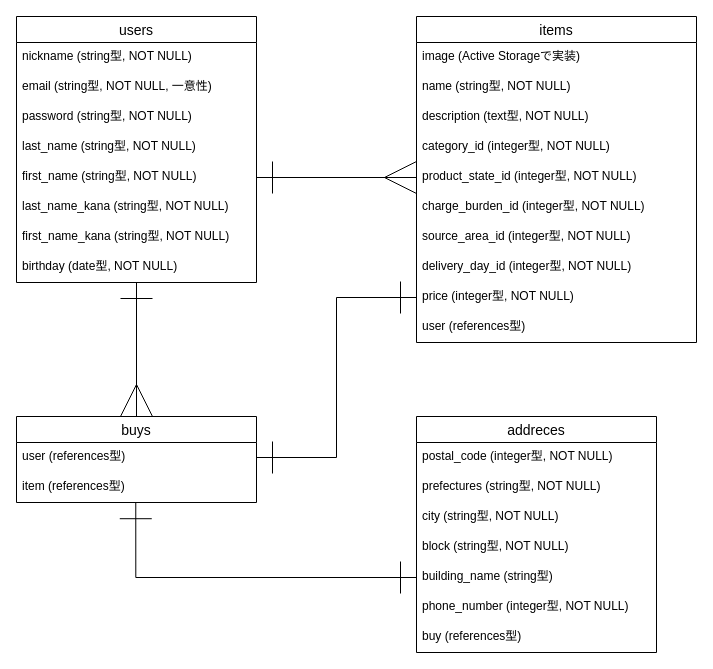
The draw.io diagram ER.dio in tsuyoponta/furima-32375, before the edit. Source tidied: cells renumbered, new cells numbered last; positions are measured from the earlier drawing's top-left corner, leaving out a move shared by most shapes. Both pictures are drawn from the tidied source at 100%, with x=0, y=0 at pixel (16, 16).
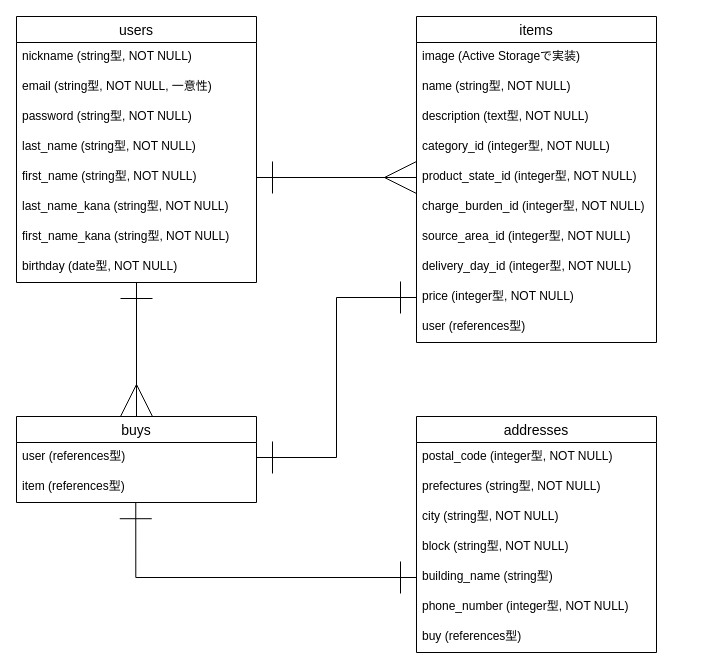
After the change.

The edit, as a diff of the source:
```diff
@@
     <mxCell id="12" value="items" style="swimlane;fontStyle=0;horizontal=1;startSize=26;align=center;fontSize=14;" parent="1" vertex="1">
-      <mxGeometry x="400" width="280" height="326" as="geometry" />
+      <mxGeometry x="400" width="240" height="326" as="geometry" />
     </mxCell>
     <mxCell id="13" value="image (Active Storageで実装)" style="text;strokeColor=none;fillColor=none;spacingLeft=4;spacingRight=4;overflow=hidden;fontSize=12;" parent="12" vertex="1">
-      <mxGeometry y="26" width="280" height="30" as="geometry" />
+      <mxGeometry y="26" width="240" height="30" as="geometry" />
     </mxCell>
     <mxCell id="14" value="name (string型, NOT NULL)" style="text;strokeColor=none;fillColor=none;spacingLeft=4;spacingRight=4;overflow=hidden;fontSize=12;" parent="12" vertex="1">
-      <mxGeometry y="56" width="280" height="30" as="geometry" />
+      <mxGeometry y="56" width="240" height="30" as="geometry" />
     </mxCell>
     <mxCell id="15" value="description (text型, NOT NULL)" style="text;strokeColor=none;fillColor=none;spacingLeft=4;spacingRight=4;overflow=hidden;fontSize=12;" parent="12" vertex="1">
-      <mxGeometry y="86" width="280" height="30" as="geometry" />
+      <mxGeometry y="86" width="240" height="30" as="geometry" />
     </mxCell>
     <mxCell id="16" value="category_id (integer型, NOT NULL)" style="text;strokeColor=none;fillColor=none;spacingLeft=4;spacingRight=4;overflow=hidden;fontSize=12;" parent="12" vertex="1">
-      <mxGeometry y="116" width="280" height="30" as="geometry" />
+      <mxGeometry y="116" width="240" height="30" as="geometry" />
     </mxCell>
     <mxCell id="17" value="product_state_id (integer型, NOT NULL)" style="text;strokeColor=none;fillColor=none;spacingLeft=4;spacingRight=4;overflow=hidden;points=[[0,0.5],[1,0.5]];portConstraint=eastwest;fontSize=12;" parent="12" vertex="1">
-      <mxGeometry y="146" width="280" height="30" as="geometry" />
+      <mxGeometry y="146" width="240" height="30" as="geometry" />
     </mxCell>
     <mxCell id="18" value="charge_burden_id (integer型, NOT NULL)" style="text;strokeColor=none;fillColor=none;spacingLeft=4;spacingRight=4;overflow=hidden;fontSize=12;" parent="12" vertex="1">
-      <mxGeometry y="176" width="280" height="30" as="geometry" />
+      <mxGeometry y="176" width="240" height="30" as="geometry" />
     </mxCell>
     <mxCell id="19" value="source_area_id (integer型, NOT NULL)" style="text;strokeColor=none;fillColor=none;spacingLeft=4;spacingRight=4;overflow=hidden;fontSize=12;" parent="12" vertex="1">
-      <mxGeometry y="206" width="280" height="30" as="geometry" />
+      <mxGeometry y="206" width="240" height="30" as="geometry" />
     </mxCell>
     <mxCell id="20" value="delivery_day_id (integer型, NOT NULL)" style="text;strokeColor=none;fillColor=none;spacingLeft=4;spacingRight=4;overflow=hidden;fontSize=12;" parent="12" vertex="1">
-      <mxGeometry y="236" width="280" height="30" as="geometry" />
+      <mxGeometry y="236" width="240" height="30" as="geometry" />
     </mxCell>
     <mxCell id="21" value="price (integer型, NOT NULL)" style="text;strokeColor=none;fillColor=none;spacingLeft=4;spacingRight=4;overflow=hidden;points=[[0,0.5],[1,0.5]];portConstraint=eastwest;fontSize=12;" parent="12" vertex="1">
-      <mxGeometry y="266" width="280" height="30" as="geometry" />
+      <mxGeometry y="266" width="240" height="30" as="geometry" />
     </mxCell>
     <mxCell id="22" value="user (references型)" style="text;strokeColor=none;fillColor=none;spacingLeft=4;spacingRight=4;overflow=hidden;fontSize=12;" parent="12" vertex="1">
-      <mxGeometry y="296" width="280" height="30" as="geometry" />
+      <mxGeometry y="296" width="240" height="30" as="geometry" />
     </mxCell>
@@
-    <mxCell id="28" value="addreces" style="swimlane;fontStyle=0;horizontal=1;startSize=26;align=center;fontSize=14;" parent="1" vertex="1">
+    <mxCell id="28" value="addresses" style="swimlane;fontStyle=0;horizontal=1;startSize=26;align=center;fontSize=14;" parent="1" vertex="1">
       <mxGeometry x="400" y="400" width="240" height="236" as="geometry" />
     </mxCell>
```
